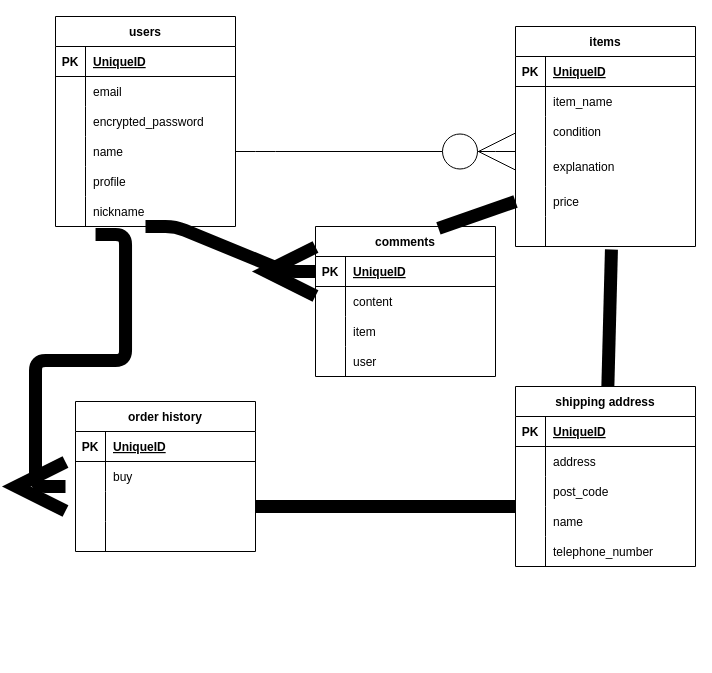
Before: ER.dio in haya73/furima-39997, a draw.io diagram. Source tidied: cells renumbered, new cells numbered last; positions are measured from the earlier drawing's top-left corner, leaving out a move shared by most shapes. Both pictures are drawn from the tidied source at 100%, with x=0, y=0 at pixel (45, 16).
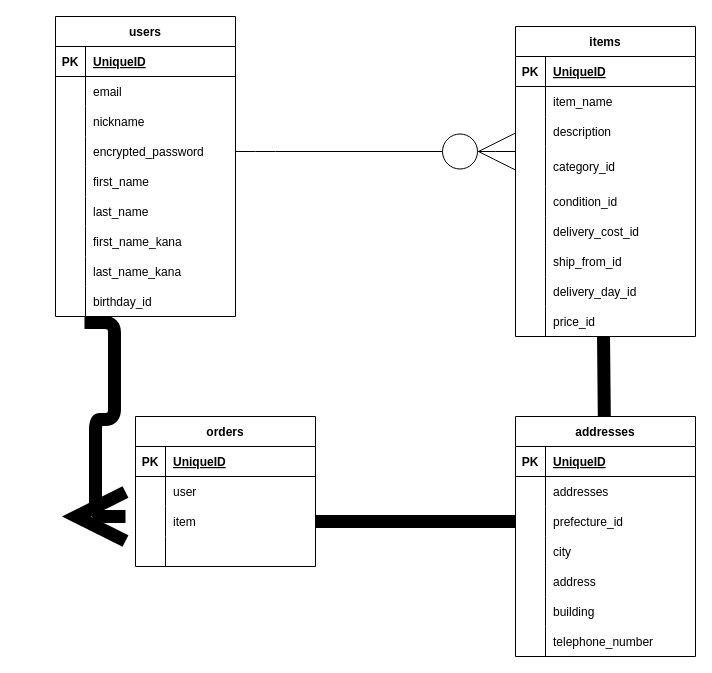
After the change.

Commit message (it also covers changes not shown here):
データベース設計02

Unchanged cells that the change refers to:
```xml
<mxCell id="9" style="shape=tableRow;horizontal=0;startSize=0;swimlaneHead=0;swimlaneBody=0;fillColor=none;top=0;left=0;right=0;bottom=0;" parent="2" vertex="1">
  <mxGeometry y="90" width="180" height="30" as="geometry" />
</mxCell>
<mxCell id="12" style="shape=tableRow;horizontal=0;startSize=0;swimlaneHead=0;swimlaneBody=0;fillColor=none;points=[[0,0.5],[1,0.5]];portConstraint=eastwest;top=0;left=0;right=0;bottom=0;" parent="2" vertex="1">
  <mxGeometry y="120" width="180" height="30" as="geometry" />
</mxCell>
<mxCell id="15" style="shape=tableRow;horizontal=0;startSize=0;swimlaneHead=0;swimlaneBody=0;fillColor=none;top=0;left=0;right=0;bottom=0;" parent="2" vertex="1">
  <mxGeometry y="150" width="180" height="30" as="geometry" />
</mxCell>
<mxCell id="18" style="shape=tableRow;horizontal=0;startSize=0;swimlaneHead=0;swimlaneBody=0;fillColor=none;top=0;left=0;right=0;bottom=0;" parent="2" vertex="1">
  <mxGeometry y="180" width="180" height="30" as="geometry" />
</mxCell>
<mxCell id="28" style="shape=tableRow;horizontal=0;startSize=0;swimlaneHead=0;swimlaneBody=0;fillColor=none;top=0;left=0;right=0;bottom=0;" parent="21" vertex="1">
  <mxGeometry y="90" width="180" height="30" as="geometry" />
</mxCell>
<mxCell id="31" style="shape=tableRow;horizontal=0;startSize=0;swimlaneHead=0;swimlaneBody=0;fillColor=none;top=0;left=0;right=0;bottom=0;" parent="21" vertex="1">
  <mxGeometry y="120" width="180" height="40" as="geometry" />
</mxCell>
<mxCell id="34" style="shape=tableRow;horizontal=0;startSize=0;swimlaneHead=0;swimlaneBody=0;fillColor=none;points=[[0,0.5],[1,0.5]];portConstraint=eastwest;top=0;left=0;right=0;bottom=0;" parent="21" vertex="1">
  <mxGeometry y="160" width="180" height="30" as="geometry" />
</mxCell>
<mxCell id="37" style="shape=tableRow;horizontal=0;startSize=0;swimlaneHead=0;swimlaneBody=0;fillColor=none;points=[[0,0.5],[1,0.5]];portConstraint=eastwest;top=0;left=0;right=0;bottom=0;" parent="21" vertex="1">
  <mxGeometry y="190" width="180" height="30" as="geometry" />
</mxCell>
<mxCell id="44" style="shape=tableRow;horizontal=0;startSize=0;swimlaneHead=0;swimlaneBody=0;fillColor=none;top=0;left=0;right=0;bottom=0;" parent="40" vertex="1">
  <mxGeometry y="60" width="180" height="30" as="geometry" />
</mxCell>
<mxCell id="47" style="shape=tableRow;horizontal=0;startSize=0;swimlaneHead=0;swimlaneBody=0;fillColor=none;points=[[0,0.5],[1,0.5]];portConstraint=eastwest;top=0;left=0;right=0;bottom=0;" parent="40" vertex="1">
  <mxGeometry y="90" width="180" height="30" as="geometry" />
</mxCell>
<mxCell id="53" style="shape=tableRow;horizontal=0;startSize=0;swimlaneHead=0;swimlaneBody=0;fillColor=none;points=[[0,0.5],[1,0.5]];portConstraint=eastwest;top=0;left=0;right=0;bottom=0;" parent="1" vertex="1">
  <mxGeometry y="220" width="180" height="30" as="geometry" />
</mxCell>
<mxCell id="72" style="shape=tableRow;horizontal=0;startSize=0;swimlaneHead=0;swimlaneBody=0;fillColor=none;top=0;left=0;right=0;bottom=0;" parent="68" vertex="1">
  <mxGeometry y="60" width="180" height="30" as="geometry" />
</mxCell>
<mxCell id="75" style="shape=tableRow;horizontal=0;startSize=0;swimlaneHead=0;swimlaneBody=0;fillColor=none;points=[[0,0.5],[1,0.5]];portConstraint=eastwest;top=0;left=0;right=0;bottom=0;" parent="68" vertex="1">
  <mxGeometry y="90" width="180" height="30" as="geometry" />
</mxCell>
<mxCell id="78" style="shape=tableRow;horizontal=0;startSize=0;swimlaneHead=0;swimlaneBody=0;fillColor=none;top=0;left=0;right=0;bottom=0;" parent="68" vertex="1">
  <mxGeometry y="120" width="180" height="30" as="geometry" />
</mxCell>
<mxCell id="81" style="shape=tableRow;horizontal=0;startSize=0;swimlaneHead=0;swimlaneBody=0;fillColor=none;top=0;left=0;right=0;bottom=0;" parent="68" vertex="1">
  <mxGeometry y="150" width="180" height="30" as="geometry" />
</mxCell>
```

Change to the diagram source:
```diff
@@
     <mxCell id="2" value="users" style="shape=table;startSize=30;childLayout=tableLayout;rowLines=0;fontStyle=1;align=center;" parent="1" vertex="1">
-      <mxGeometry x="10" width="180" height="210" as="geometry" />
+      <mxGeometry x="10" width="180" height="300" as="geometry" />
     </mxCell>
@@
-    <mxCell id="11" value="encrypted_password" style="shape=partialRectangle;fillColor=none;top=0;left=0;bottom=0;right=0;align=left;spacingLeft=6;overflow=hidden;" parent="9" vertex="1">
+    <mxCell id="11" value="nickname" style="shape=partialRectangle;fillColor=none;top=0;left=0;bottom=0;right=0;align=left;spacingLeft=6;overflow=hidden;" parent="9" vertex="1">
       <mxGeometry x="30" width="150" height="30" as="geometry" />
     </mxCell>
@@
-    <mxCell id="14" value="name" style="shape=partialRectangle;fillColor=none;top=0;left=0;bottom=0;right=0;align=left;spacingLeft=6;overflow=hidden;" parent="12" vertex="1">
+    <mxCell id="14" value="encrypted_password" style="shape=partialRectangle;fillColor=none;top=0;left=0;bottom=0;right=0;align=left;spacingLeft=6;overflow=hidden;" parent="12" vertex="1">
       <mxGeometry x="30" width="150" height="30" as="geometry" />
     </mxCell>
@@
-    <mxCell id="17" value="profile" style="shape=partialRectangle;fillColor=none;top=0;left=0;bottom=0;right=0;align=left;spacingLeft=6;overflow=hidden;" parent="15" vertex="1">
+    <mxCell id="17" value="first_name" style="shape=partialRectangle;fillColor=none;top=0;left=0;bottom=0;right=0;align=left;spacingLeft=6;overflow=hidden;" parent="15" vertex="1">
       <mxGeometry x="30" width="150" height="30" as="geometry" />
     </mxCell>
@@
-    <mxCell id="20" value="nickname" style="shape=partialRectangle;fillColor=none;top=0;left=0;bottom=0;right=0;align=left;spacingLeft=6;overflow=hidden;" parent="18" vertex="1">
+    <mxCell id="20" value="last_name" style="shape=partialRectangle;fillColor=none;top=0;left=0;bottom=0;right=0;align=left;spacingLeft=6;overflow=hidden;" parent="18" vertex="1">
       <mxGeometry x="30" width="150" height="30" as="geometry" />
     </mxCell>
+    <mxCell id="89" style="shape=tableRow;horizontal=0;startSize=0;swimlaneHead=0;swimlaneBody=0;fillColor=none;top=0;left=0;right=0;bottom=0;" parent="2" vertex="1">
+      <mxGeometry y="210" width="180" height="30" as="geometry" />
+    </mxCell>
+    <mxCell id="90" style="shape=partialRectangle;fillColor=none;top=0;left=0;bottom=0;right=0;overflow=hidden;" parent="89" vertex="1">
+      <mxGeometry width="30" height="30" as="geometry" />
+    </mxCell>
+    <mxCell id="91" value="first_name_kana" style="shape=partialRectangle;fillColor=none;top=0;left=0;bottom=0;right=0;align=left;spacingLeft=6;overflow=hidden;" parent="89" vertex="1">
+      <mxGeometry x="30" width="150" height="30" as="geometry" />
+    </mxCell>
+    <mxCell id="92" style="shape=tableRow;horizontal=0;startSize=0;swimlaneHead=0;swimlaneBody=0;fillColor=none;top=0;left=0;right=0;bottom=0;" parent="2" vertex="1">
+      <mxGeometry y="240" width="180" height="30" as="geometry" />
+    </mxCell>
+    <mxCell id="93" style="shape=partialRectangle;fillColor=none;top=0;left=0;bottom=0;right=0;overflow=hidden;" parent="92" vertex="1">
+      <mxGeometry width="30" height="30" as="geometry" />
+    </mxCell>
+    <mxCell id="94" value="last_name_kana" style="shape=partialRectangle;fillColor=none;top=0;left=0;bottom=0;right=0;align=left;spacingLeft=6;overflow=hidden;" parent="92" vertex="1">
+      <mxGeometry x="30" width="150" height="30" as="geometry" />
+    </mxCell>
+    <mxCell id="95" style="shape=tableRow;horizontal=0;startSize=0;swimlaneHead=0;swimlaneBody=0;fillColor=none;points=[[0,0.5],[1,0.5]];portConstraint=eastwest;top=0;left=0;right=0;bottom=0;" parent="2" vertex="1">
+      <mxGeometry y="270" width="180" height="30" as="geometry" />
+    </mxCell>
+    <mxCell id="96" style="shape=partialRectangle;fillColor=none;top=0;left=0;bottom=0;right=0;overflow=hidden;" parent="95" vertex="1">
+      <mxGeometry width="30" height="30" as="geometry" />
+    </mxCell>
+    <mxCell id="97" value="birthday_id" style="shape=partialRectangle;fillColor=none;top=0;left=0;bottom=0;right=0;align=left;spacingLeft=6;overflow=hidden;" parent="95" vertex="1">
+      <mxGeometry x="30" width="150" height="30" as="geometry" />
+    </mxCell>
     <mxCell id="21" value="items" style="shape=table;startSize=30;childLayout=tableLayout;rowLines=0;fontStyle=1;align=center;" parent="1" vertex="1">
-      <mxGeometry x="470" y="10" width="180" height="220" as="geometry" />
+      <mxGeometry x="470" y="10" width="180" height="310" as="geometry" />
     </mxCell>
@@
-    <mxCell id="30" value="condition" style="shape=partialRectangle;fillColor=none;top=0;left=0;bottom=0;right=0;align=left;spacingLeft=6;overflow=hidden;" parent="28" vertex="1">
+    <mxCell id="30" value="description" style="shape=partialRectangle;fillColor=none;top=0;left=0;bottom=0;right=0;align=left;spacingLeft=6;overflow=hidden;" parent="28" vertex="1">
       <mxGeometry x="30" width="150" height="30" as="geometry" />
     </mxCell>
@@
-    <mxCell id="33" value="explanation" style="shape=partialRectangle;fillColor=none;top=0;left=0;bottom=0;right=0;align=left;spacingLeft=6;overflow=hidden;" parent="31" vertex="1">
+    <mxCell id="33" value="category_id" style="shape=partialRectangle;fillColor=none;top=0;left=0;bottom=0;right=0;align=left;spacingLeft=6;overflow=hidden;" parent="31" vertex="1">
       <mxGeometry x="30" width="150" height="40" as="geometry" />
     </mxCell>
@@
-    <mxCell id="36" value="price" style="shape=partialRectangle;fillColor=none;top=0;left=0;bottom=0;right=0;align=left;spacingLeft=6;overflow=hidden;" parent="34" vertex="1">
+    <mxCell id="36" value="condition_id " style="shape=partialRectangle;fillColor=none;top=0;left=0;bottom=0;right=0;align=left;spacingLeft=6;overflow=hidden;" parent="34" vertex="1">
       <mxGeometry x="30" width="150" height="30" as="geometry" />
     </mxCell>
@@
-    <mxCell id="39" style="shape=partialRectangle;fillColor=none;top=0;left=0;bottom=0;right=0;align=left;spacingLeft=6;overflow=hidden;" parent="37" vertex="1">
+    <mxCell id="39" value="delivery_cost_id" style="shape=partialRectangle;fillColor=none;top=0;left=0;bottom=0;right=0;align=left;spacingLeft=6;overflow=hidden;" parent="37" vertex="1">
       <mxGeometry x="30" width="150" height="30" as="geometry" />
     </mxCell>
+    <mxCell id="98" style="shape=tableRow;horizontal=0;startSize=0;swimlaneHead=0;swimlaneBody=0;fillColor=none;top=0;left=0;right=0;bottom=0;" parent="21" vertex="1">
+      <mxGeometry y="220" width="180" height="30" as="geometry" />
+    </mxCell>
+    <mxCell id="99" style="shape=partialRectangle;fillColor=none;top=0;left=0;bottom=0;right=0;overflow=hidden;" parent="98" vertex="1">
+      <mxGeometry width="30" height="30" as="geometry" />
+    </mxCell>
+    <mxCell id="100" value="ship_from_id " style="shape=partialRectangle;fillColor=none;top=0;left=0;bottom=0;right=0;align=left;spacingLeft=6;overflow=hidden;" parent="98" vertex="1">
+      <mxGeometry x="30" width="150" height="30" as="geometry" />
+    </mxCell>
+    <mxCell id="101" style="shape=tableRow;horizontal=0;startSize=0;swimlaneHead=0;swimlaneBody=0;fillColor=none;top=0;left=0;right=0;bottom=0;" parent="21" vertex="1">
+      <mxGeometry y="250" width="180" height="30" as="geometry" />
+    </mxCell>
+    <mxCell id="102" style="shape=partialRectangle;fillColor=none;top=0;left=0;bottom=0;right=0;overflow=hidden;" parent="101" vertex="1">
+      <mxGeometry width="30" height="30" as="geometry" />
+    </mxCell>
+    <mxCell id="103" value="delivery_day_id" style="shape=partialRectangle;fillColor=none;top=0;left=0;bottom=0;right=0;align=left;spacingLeft=6;overflow=hidden;" parent="101" vertex="1">
+      <mxGeometry x="30" width="150" height="30" as="geometry" />
+    </mxCell>
+    <mxCell id="104" style="shape=tableRow;horizontal=0;startSize=0;swimlaneHead=0;swimlaneBody=0;fillColor=none;points=[[0,0.5],[1,0.5]];portConstraint=eastwest;top=0;left=0;right=0;bottom=0;" parent="21" vertex="1">
+      <mxGeometry y="280" width="180" height="30" as="geometry" />
+    </mxCell>
+    <mxCell id="105" style="shape=partialRectangle;fillColor=none;top=0;left=0;bottom=0;right=0;overflow=hidden;" parent="104" vertex="1">
+      <mxGeometry width="30" height="30" as="geometry" />
+    </mxCell>
+    <mxCell id="106" value="price_id " style="shape=partialRectangle;fillColor=none;top=0;left=0;bottom=0;right=0;align=left;spacingLeft=6;overflow=hidden;" parent="104" vertex="1">
+      <mxGeometry x="30" width="150" height="30" as="geometry" />
+    </mxCell>
-    <mxCell id="40" value="order history" style="shape=table;startSize=30;childLayout=tableLayout;rowLines=0;fontStyle=1;align=center;" parent="1" vertex="1">
-      <mxGeometry x="30" y="385" width="180" height="150" as="geometry" />
+    <mxCell id="40" value="orders" style="shape=table;startSize=30;childLayout=tableLayout;rowLines=0;fontStyle=1;align=center;" parent="1" vertex="1">
+      <mxGeometry x="90" y="400" width="180" height="150" as="geometry" />
     </mxCell>
@@
-    <mxCell id="46" value="buy" style="shape=partialRectangle;fillColor=none;top=0;left=0;bottom=0;right=0;align=left;spacingLeft=6;overflow=hidden;" parent="44" vertex="1">
+    <mxCell id="46" value="user" style="shape=partialRectangle;fillColor=none;top=0;left=0;bottom=0;right=0;align=left;spacingLeft=6;overflow=hidden;" parent="44" vertex="1">
       <mxGeometry x="30" width="150" height="30" as="geometry" />
     </mxCell>
@@
-    <mxCell id="49" style="shape=partialRectangle;fillColor=none;top=0;left=0;bottom=0;right=0;align=left;spacingLeft=6;overflow=hidden;" parent="47" vertex="1">
+    <mxCell id="49" value="item" style="shape=partialRectangle;fillColor=none;top=0;left=0;bottom=0;right=0;align=left;spacingLeft=6;overflow=hidden;" parent="47" vertex="1">
       <mxGeometry x="30" width="150" height="30" as="geometry" />
     </mxCell>
@@
-    <mxCell id="55" value="comments" style="shape=table;startSize=30;childLayout=tableLayout;rowLines=0;fontStyle=1;align=center;" parent="1" vertex="1">
-      <mxGeometry x="270" y="210" width="180" height="150" as="geometry" />
-    </mxCell>
-    <mxCell id="56" style="shape=tableRow;horizontal=0;startSize=0;swimlaneHead=0;swimlaneBody=0;fillColor=none;points=[[0,0.5],[1,0.5]];portConstraint=eastwest;top=0;left=0;right=0;bottom=1;" parent="55" vertex="1">
-      <mxGeometry y="30" width="180" height="30" as="geometry" />
-    </mxCell>
-    <mxCell id="57" value="PK" style="shape=partialRectangle;fillColor=none;top=0;left=0;bottom=0;right=0;fontStyle=1;overflow=hidden;" parent="56" vertex="1">
-      <mxGeometry width="30" height="30" as="geometry" />
-    </mxCell>
-    <mxCell id="58" value="UniqueID" style="shape=partialRectangle;fillColor=none;top=0;left=0;bottom=0;right=0;align=left;spacingLeft=6;fontStyle=5;overflow=hidden;" parent="56" vertex="1">
-      <mxGeometry x="30" width="150" height="30" as="geometry" />
-    </mxCell>
-    <mxCell id="59" style="shape=tableRow;horizontal=0;startSize=0;swimlaneHead=0;swimlaneBody=0;fillColor=none;top=0;left=0;right=0;bottom=0;" parent="55" vertex="1">
-      <mxGeometry y="60" width="180" height="30" as="geometry" />
-    </mxCell>
-    <mxCell id="60" style="shape=partialRectangle;fillColor=none;top=0;left=0;bottom=0;right=0;overflow=hidden;" parent="59" vertex="1">
-      <mxGeometry width="30" height="30" as="geometry" />
-    </mxCell>
-    <mxCell id="61" value="content" style="shape=partialRectangle;fillColor=none;top=0;left=0;bottom=0;right=0;align=left;spacingLeft=6;overflow=hidden;" parent="59" vertex="1">
-      <mxGeometry x="30" width="150" height="30" as="geometry" />
-    </mxCell>
-    <mxCell id="62" style="shape=tableRow;horizontal=0;startSize=0;swimlaneHead=0;swimlaneBody=0;fillColor=none;top=0;left=0;right=0;bottom=0;" parent="55" vertex="1">
-      <mxGeometry y="90" width="180" height="30" as="geometry" />
-    </mxCell>
-    <mxCell id="63" style="shape=partialRectangle;fillColor=none;top=0;left=0;bottom=0;right=0;overflow=hidden;" parent="62" vertex="1">
-      <mxGeometry width="30" height="30" as="geometry" />
-    </mxCell>
-    <mxCell id="64" value="item" style="shape=partialRectangle;fillColor=none;top=0;left=0;bottom=0;right=0;align=left;spacingLeft=6;overflow=hidden;" parent="62" vertex="1">
-      <mxGeometry x="30" width="150" height="30" as="geometry" />
-    </mxCell>
-    <mxCell id="65" style="shape=tableRow;horizontal=0;startSize=0;swimlaneHead=0;swimlaneBody=0;fillColor=none;top=0;left=0;right=0;bottom=0;" parent="55" vertex="1">
-      <mxGeometry y="120" width="180" height="30" as="geometry" />
-    </mxCell>
-    <mxCell id="66" style="shape=partialRectangle;fillColor=none;top=0;left=0;bottom=0;right=0;overflow=hidden;" parent="65" vertex="1">
-      <mxGeometry width="30" height="30" as="geometry" />
-    </mxCell>
-    <mxCell id="67" value="user" style="shape=partialRectangle;fillColor=none;top=0;left=0;bottom=0;right=0;align=left;spacingLeft=6;overflow=hidden;" parent="65" vertex="1">
-      <mxGeometry x="30" width="150" height="30" as="geometry" />
-    </mxCell>
-    <mxCell id="68" value="shipping address" style="shape=table;startSize=30;childLayout=tableLayout;rowLines=0;fontStyle=1;align=center;" parent="1" vertex="1">
-      <mxGeometry x="470" y="370" width="180" height="180" as="geometry" />
+    <mxCell id="68" value="addresses" style="shape=table;startSize=30;childLayout=tableLayout;rowLines=0;fontStyle=1;align=center;" parent="1" vertex="1">
+      <mxGeometry x="470" y="400" width="180" height="240" as="geometry" />
     </mxCell>
@@
-    <mxCell id="74" value="address" style="shape=partialRectangle;fillColor=none;top=0;left=0;bottom=0;right=0;align=left;spacingLeft=6;overflow=hidden;" parent="72" vertex="1">
+    <mxCell id="74" value="addresses" style="shape=partialRectangle;fillColor=none;top=0;left=0;bottom=0;right=0;align=left;spacingLeft=6;overflow=hidden;" parent="72" vertex="1">
       <mxGeometry x="30" width="150" height="30" as="geometry" />
     </mxCell>
@@
-    <mxCell id="77" value="post_code" style="shape=partialRectangle;fillColor=none;top=0;left=0;bottom=0;right=0;align=left;spacingLeft=6;overflow=hidden;" parent="75" vertex="1">
+    <mxCell id="77" value="prefecture_id" style="shape=partialRectangle;fillColor=none;top=0;left=0;bottom=0;right=0;align=left;spacingLeft=6;overflow=hidden;" parent="75" vertex="1">
       <mxGeometry x="30" width="150" height="30" as="geometry" />
     </mxCell>
@@
-    <mxCell id="80" value="name" style="shape=partialRectangle;fillColor=none;top=0;left=0;bottom=0;right=0;align=left;spacingLeft=6;overflow=hidden;" parent="78" vertex="1">
+    <mxCell id="80" value="city" style="shape=partialRectangle;fillColor=none;top=0;left=0;bottom=0;right=0;align=left;spacingLeft=6;overflow=hidden;" parent="78" vertex="1">
       <mxGeometry x="30" width="150" height="30" as="geometry" />
     </mxCell>
@@
-    <mxCell id="83" value="telephone_number" style="shape=partialRectangle;fillColor=none;top=0;left=0;bottom=0;right=0;align=left;spacingLeft=6;overflow=hidden;" parent="81" vertex="1">
+    <mxCell id="83" value="address" style="shape=partialRectangle;fillColor=none;top=0;left=0;bottom=0;right=0;align=left;spacingLeft=6;overflow=hidden;" parent="81" vertex="1">
       <mxGeometry x="30" width="150" height="30" as="geometry" />
     </mxCell>
+    <mxCell id="107" style="shape=tableRow;horizontal=0;startSize=0;swimlaneHead=0;swimlaneBody=0;fillColor=none;top=0;left=0;right=0;bottom=0;" parent="68" vertex="1">
+      <mxGeometry y="180" width="180" height="30" as="geometry" />
+    </mxCell>
+    <mxCell id="108" style="shape=partialRectangle;fillColor=none;top=0;left=0;bottom=0;right=0;overflow=hidden;" parent="107" vertex="1">
+      <mxGeometry width="30" height="30" as="geometry" />
+    </mxCell>
+    <mxCell id="109" value="building" style="shape=partialRectangle;fillColor=none;top=0;left=0;bottom=0;right=0;align=left;spacingLeft=6;overflow=hidden;" parent="107" vertex="1">
+      <mxGeometry x="30" width="150" height="30" as="geometry" />
+    </mxCell>
+    <mxCell id="110" style="shape=tableRow;horizontal=0;startSize=0;swimlaneHead=0;swimlaneBody=0;fillColor=none;top=0;left=0;right=0;bottom=0;" parent="68" vertex="1">
+      <mxGeometry y="210" width="180" height="30" as="geometry" />
+    </mxCell>
+    <mxCell id="111" style="shape=partialRectangle;fillColor=none;top=0;left=0;bottom=0;right=0;overflow=hidden;" parent="110" vertex="1">
+      <mxGeometry width="30" height="30" as="geometry" />
+    </mxCell>
+    <mxCell id="112" value="telephone_number" style="shape=partialRectangle;fillColor=none;top=0;left=0;bottom=0;right=0;align=left;spacingLeft=6;overflow=hidden;" parent="110" vertex="1">
+      <mxGeometry x="30" width="150" height="30" as="geometry" />
+    </mxCell>
@@
-    <mxCell id="85" style="edgeStyle=entityRelationEdgeStyle;fontSize=12;html=1;endArrow=ERmany;strokeWidth=13;endSize=35;targetPerimeterSpacing=0;entryX=0;entryY=0.5;entryDx=0;entryDy=0;" parent="1" edge="1" target="56">
-      <mxGeometry relative="1" as="geometry">
-        <mxPoint x="100" y="210" as="sourcePoint" />
-      </mxGeometry>
-    </mxCell>
-    <mxCell id="86" style="endArrow=none;html=1;rounded=0;strokeWidth=13;endSize=35;targetPerimeterSpacing=0;entryX=0.533;entryY=1.1;entryDx=0;entryDy=0;entryPerimeter=0;" parent="1" edge="1" source="68" target="37">
+    <mxCell id="86" style="endArrow=none;html=1;rounded=0;strokeWidth=13;endSize=35;targetPerimeterSpacing=0;entryX=0.489;entryY=1;entryDx=0;entryDy=0;entryPerimeter=0;" parent="1" edge="1" source="68" target="104">
       <mxGeometry relative="1" as="geometry" />
     </mxCell>
-    <mxCell id="87" style="endArrow=none;html=1;rounded=0;strokeWidth=13;endSize=35;targetPerimeterSpacing=0;" parent="1" edge="1" source="47">
-      <mxGeometry relative="1" as="geometry">
-        <mxPoint x="470" y="490" as="targetPoint" />
-      </mxGeometry>
+    <mxCell id="87" style="endArrow=none;html=1;rounded=0;strokeWidth=13;endSize=35;targetPerimeterSpacing=0;entryX=0;entryY=0.5;entryDx=0;entryDy=0;" parent="1" edge="1" source="47" target="75">
+      <mxGeometry relative="1" as="geometry" />
     </mxCell>
-    <mxCell id="88" style="edgeStyle=entityRelationEdgeStyle;fontSize=12;html=1;endArrow=ERmany;strokeWidth=13;endSize=35;targetPerimeterSpacing=0;exitX=0.278;exitY=-0.067;exitDx=0;exitDy=0;exitPerimeter=0;" parent="1" edge="1" source="53">
+    <mxCell id="88" style="edgeStyle=entityRelationEdgeStyle;fontSize=12;html=1;endArrow=ERmany;strokeWidth=13;endSize=35;targetPerimeterSpacing=0;exitX=0.161;exitY=1.2;exitDx=0;exitDy=0;exitPerimeter=0;" parent="1" edge="1" source="95">
       <mxGeometry relative="1" as="geometry">
-        <mxPoint x="20" y="470" as="targetPoint" />
+        <mxPoint x="80" y="500" as="targetPoint" />
       </mxGeometry>
     </mxCell>
-    <mxCell id="89" style="endArrow=none;html=1;rounded=0;strokeWidth=13;endSize=35;targetPerimeterSpacing=0;entryX=0;entryY=0.5;entryDx=0;entryDy=0;exitX=0.683;exitY=0.013;exitDx=0;exitDy=0;exitPerimeter=0;" parent="1" edge="1" source="55" target="34">
-      <mxGeometry relative="1" as="geometry" />
-    </mxCell>
```
